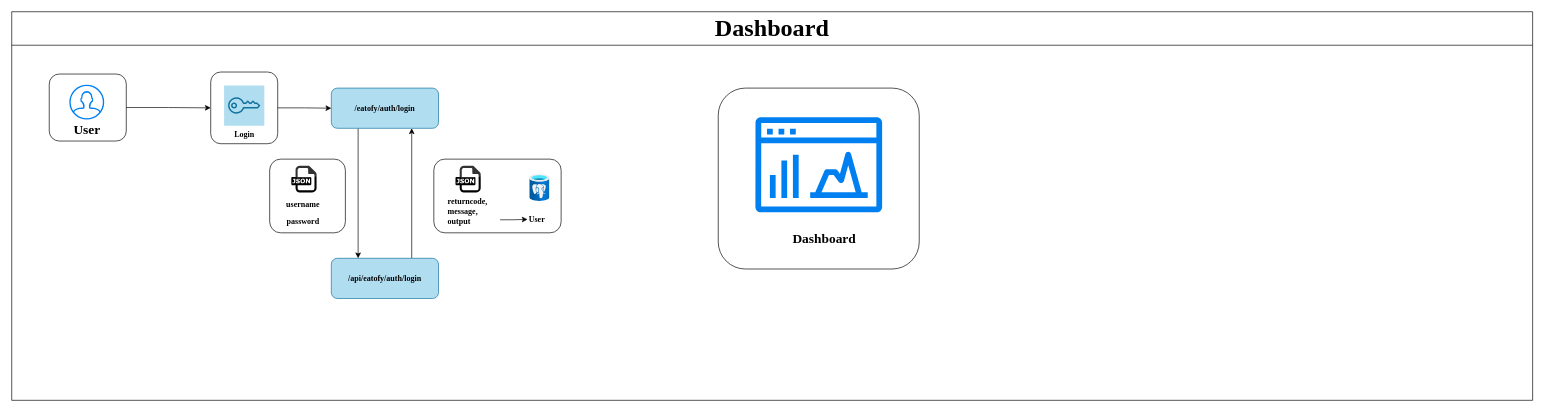
Earlier version of the draw.io diagram Phase-2/Phase2.drawio (Redhood-Schizophrenic/Eatofy-Workflow). Source tidied: cells renumbered, new cells numbered last; positions are measured from the earlier drawing's top-left corner, leaving out a move shared by most shapes. Both pictures are drawn from the tidied source at 67%, with x=0, y=0 at pixel (11, 11).
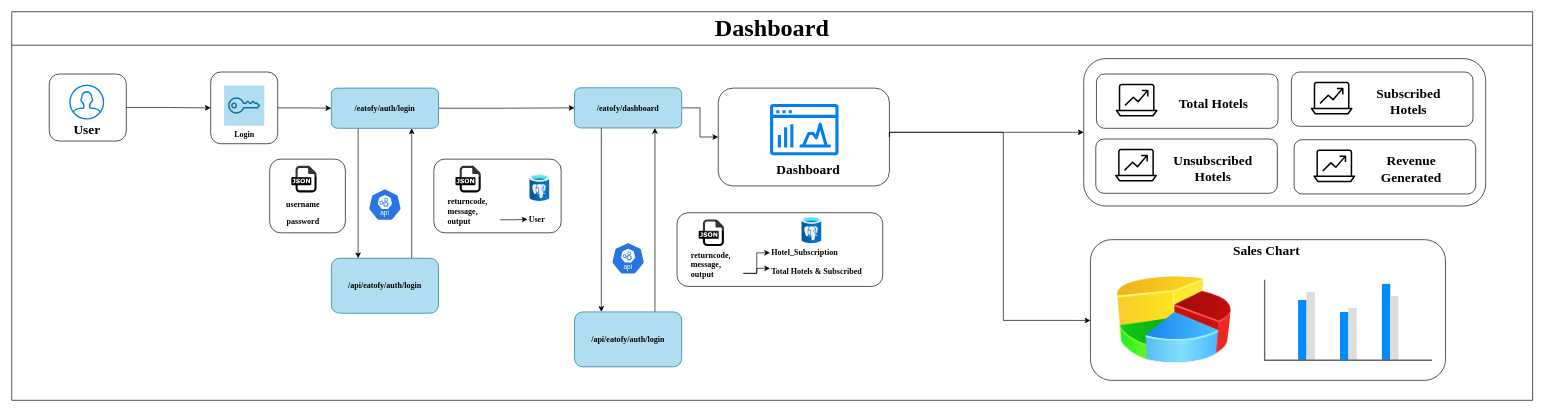
After the change.

Unchanged cells that the change refers to:
```xml
<mxCell id="8" value="&lt;b&gt;/eatofy/auth/login&lt;/b&gt;" style="rounded=1;whiteSpace=wrap;html=1;fillColor=#b1ddf0;strokeColor=#10739e;fontFamily=Garamond;" parent="1" vertex="1">
  <mxGeometry x="477" y="114" width="160" height="60" as="geometry" />
</mxCell>
```

Change to the diagram source:
```diff
@@
+    <mxCell id="30" style="edgeStyle=orthogonalEdgeStyle;rounded=0;jettySize=auto;html=1;exitX=1;exitY=0.5;exitDx=0;exitDy=0;entryX=0;entryY=0.5;entryDx=0;entryDy=0;" parent="1" edge="1" source="28" target="43">
+      <mxGeometry relative="1" as="geometry">
+        <Array as="points">
+          <mxPoint x="1310" y="180" />
+        </Array>
+      </mxGeometry>
+    </mxCell>
+    <mxCell id="28" style="rounded=1;whiteSpace=wrap;html=1;fillColor=none;" parent="1" vertex="1">
+      <mxGeometry x="1054.5" y="114" width="255.5" height="146" as="geometry" />
+    </mxCell>
@@
+    <mxCell id="31" style="edgeStyle=orthogonalEdgeStyle;rounded=0;jettySize=auto;html=1;exitX=1;exitY=0.5;exitDx=0;exitDy=0;entryX=0;entryY=0.5;entryDx=0;entryDy=0;" parent="1" edge="1" source="8" target="34">
+      <mxGeometry relative="1" as="geometry" />
+    </mxCell>
@@
     <mxCell id="15" value="&lt;b&gt;/api/eatofy/auth/login&lt;/b&gt;" style="rounded=1;whiteSpace=wrap;html=1;fillColor=#b1ddf0;strokeColor=#10739e;fontFamily=Garamond;" parent="1" vertex="1">
-      <mxGeometry x="477" y="368" width="160" height="60" as="geometry" />
+      <mxGeometry x="477" y="368" width="160" height="82" as="geometry" />
     </mxCell>
@@
+    <mxCell id="32" style="edgeStyle=orthogonalEdgeStyle;rounded=0;jettySize=auto;html=1;exitX=0.25;exitY=1;exitDx=0;exitDy=0;entryX=0.25;entryY=0;entryDx=0;entryDy=0;" parent="1" edge="1" source="34" target="57">
+      <mxGeometry relative="1" as="geometry" />
+    </mxCell>
+    <mxCell id="33" style="edgeStyle=orthogonalEdgeStyle;rounded=0;jettySize=auto;html=1;exitX=1;exitY=0.5;exitDx=0;exitDy=0;" parent="1" edge="1" source="34" target="28">
+      <mxGeometry relative="1" as="geometry" />
+    </mxCell>
+    <mxCell id="34" value="&lt;b&gt;/eatofy/dashboard&lt;/b&gt;" style="rounded=1;whiteSpace=wrap;html=1;fillColor=#b1ddf0;strokeColor=#10739e;fontFamily=Garamond;" parent="1" vertex="1">
+      <mxGeometry x="840" y="113.5" width="160" height="60" as="geometry" />
+    </mxCell>
+    <mxCell id="35" style="group;" parent="1" vertex="1">
+      <mxGeometry x="1610" y="340" width="530" height="210.2" as="geometry" />
+    </mxCell>
+    <mxCell id="36" style="rounded=1;whiteSpace=wrap;html=1;fillColor=none;" parent="35" vertex="1">
+      <mxGeometry y="0.2" width="530" height="210" as="geometry" />
+    </mxCell>
+    <mxCell id="37" style="image;html=1;image=img/lib/clip_art/finance/Pie_Chart_128x128.png;" parent="35" vertex="1">
+      <mxGeometry x="40" y="48.2" width="170" height="142" as="geometry" />
+    </mxCell>
+    <mxCell id="38" value="&lt;font face=&quot;Garamond&quot; style=&quot;font-size: 20px;&quot;&gt;&lt;b&gt;Sales Chart&lt;/b&gt;&lt;/font&gt;" style="text;html=1;align=center;verticalAlign=middle;whiteSpace=wrap;rounded=0;" parent="35" vertex="1">
+      <mxGeometry x="167.5" width="190" height="30.2" as="geometry" />
+    </mxCell>
+    <mxCell id="39" style="verticalLabelPosition=bottom;shadow=0;dashed=0;align=center;html=1;verticalAlign=top;strokeWidth=1;shape=mxgraph.mockup.graphics.columnChart;strokeColor2=none;strokeColor3=#666666;fillColor2=#008cff;fillColor3=#dddddd;fillColor=none;strokeColor=none;" parent="35" vertex="1">
+      <mxGeometry x="260" y="60.2" width="250" height="120" as="geometry" />
+    </mxCell>
+    <mxCell id="40" style="edgeStyle=orthogonalEdgeStyle;rounded=0;jettySize=auto;html=1;exitX=1;exitY=0.5;exitDx=0;exitDy=0;entryX=0;entryY=0.574;entryDx=0;entryDy=0;entryPerimeter=0;" parent="1" edge="1" source="28" target="36">
+      <mxGeometry relative="1" as="geometry">
+        <Array as="points">
+          <mxPoint x="1310" y="180" />
+          <mxPoint x="1480" y="180" />
+          <mxPoint x="1480" y="461" />
+        </Array>
+      </mxGeometry>
+    </mxCell>
+    <mxCell id="41" style="sketch=0;html=1;dashed=0;whitespace=wrap;verticalLabelPosition=bottom;verticalAlign=top;fillColor=#2875E2;strokeColor=#ffffff;shape=mxgraph.kubernetes.icon2;kubernetesLabel=1;prIcon=api;" parent="1" vertex="1">
+      <mxGeometry x="532" y="264" width="50" height="48" as="geometry" />
+    </mxCell>
     <mxCell id="27" style="sketch=0;fontColor=#232F3E;gradientColor=none;fillColor=#0080F0;strokeColor=none;dashed=0;verticalLabelPosition=bottom;verticalAlign=top;align=center;html=1;fontSize=12;fontStyle=0;shape=mxgraph.aws4.opensearch_dashboards;" parent="1" vertex="1">
-      <mxGeometry x="1110" y="157" width="189.1" height="143" as="geometry" />
+      <mxGeometry x="1131.8" y="137.3" width="102.2" height="77.3" as="geometry" />
     </mxCell>
-    <mxCell id="28" style="rounded=1;whiteSpace=wrap;html=1;fillColor=none;" parent="1" vertex="1">
-      <mxGeometry x="1054.5" y="114" width="300" height="270" as="geometry" />
-    </mxCell>
     <mxCell id="29" value="&lt;font style=&quot;font-size: 20px;&quot; face=&quot;Garamond&quot;&gt;&lt;b&gt;Dashboard&lt;/b&gt;&lt;/font&gt;" style="text;html=1;align=center;verticalAlign=middle;whiteSpace=wrap;rounded=0;" parent="1" vertex="1">
-      <mxGeometry x="1139.5" y="312" width="145.5" height="50" as="geometry" />
+      <mxGeometry x="1126.9" y="221.1" width="123.9" height="27" as="geometry" />
     </mxCell>
+    <mxCell id="42" style="group;" parent="1" vertex="1">
+      <mxGeometry x="1600" y="70" width="600" height="220" as="geometry" />
+    </mxCell>
+    <mxCell id="43" style="rounded=1;whiteSpace=wrap;html=1;fillColor=none;" parent="42" vertex="1">
+      <mxGeometry width="600" height="220" as="geometry" />
+    </mxCell>
+    <mxCell id="44" style="rounded=1;whiteSpace=wrap;html=1;fillColor=none;" parent="42" vertex="1">
+      <mxGeometry x="19" y="23" width="271" height="81" as="geometry" />
+    </mxCell>
+    <mxCell id="45" style="sketch=0;fillColor=none;dashed=0;verticalLabelPosition=bottom;verticalAlign=top;align=center;html=1;fontSize=12;fontStyle=0;shape=mxgraph.aws4.resourceIcon;resIcon=mxgraph.aws4.analytics;" parent="42" vertex="1">
+      <mxGeometry x="40" y="23" width="78" height="78" as="geometry" />
+    </mxCell>
+    <mxCell id="46" value="&lt;font face=&quot;Garamond&quot;&gt;&lt;b style=&quot;font-size: 20px;&quot;&gt;&lt;font style=&quot;font-size: 20px;&quot;&gt;Total Hotels&lt;/font&gt;&lt;br&gt;&lt;/b&gt;&lt;/font&gt;" style="text;html=1;align=center;verticalAlign=middle;whiteSpace=wrap;rounded=0;" parent="42" vertex="1">
+      <mxGeometry x="118" y="47" width="152" height="37" as="geometry" />
+    </mxCell>
+    <mxCell id="47" style="rounded=1;whiteSpace=wrap;html=1;fillColor=none;" parent="42" vertex="1">
+      <mxGeometry x="310" y="20" width="271" height="81" as="geometry" />
+    </mxCell>
+    <mxCell id="48" style="sketch=0;fillColor=none;dashed=0;verticalLabelPosition=bottom;verticalAlign=top;align=center;html=1;fontSize=12;fontStyle=0;shape=mxgraph.aws4.resourceIcon;resIcon=mxgraph.aws4.analytics;" parent="42" vertex="1">
+      <mxGeometry x="331" y="20" width="78" height="78" as="geometry" />
+    </mxCell>
+    <mxCell id="49" value="&lt;font face=&quot;Garamond&quot;&gt;&lt;b style=&quot;font-size: 20px;&quot;&gt;Subscribed &lt;/b&gt;&lt;/font&gt;&lt;font face=&quot;Garamond&quot;&gt;&lt;b style=&quot;font-size: 20px;&quot;&gt;&lt;font style=&quot;font-size: 20px;&quot;&gt;Hotels&lt;/font&gt;&lt;/b&gt;&lt;/font&gt;" style="text;html=1;align=center;verticalAlign=middle;whiteSpace=wrap;rounded=0;" parent="42" vertex="1">
+      <mxGeometry x="409" y="44" width="152" height="37" as="geometry" />
+    </mxCell>
+    <mxCell id="50" style="rounded=1;whiteSpace=wrap;html=1;fillColor=none;" parent="42" vertex="1">
+      <mxGeometry x="18" y="120" width="271" height="81" as="geometry" />
+    </mxCell>
+    <mxCell id="51" style="sketch=0;fillColor=none;dashed=0;verticalLabelPosition=bottom;verticalAlign=top;align=center;html=1;fontSize=12;fontStyle=0;shape=mxgraph.aws4.resourceIcon;resIcon=mxgraph.aws4.analytics;" parent="42" vertex="1">
+      <mxGeometry x="39" y="120" width="78" height="78" as="geometry" />
+    </mxCell>
+    <mxCell id="52" value="&lt;font face=&quot;Garamond&quot;&gt;&lt;b style=&quot;font-size: 20px;&quot;&gt;Unsubscribed &lt;/b&gt;&lt;/font&gt;&lt;font face=&quot;Garamond&quot;&gt;&lt;b style=&quot;font-size: 20px;&quot;&gt;&lt;font style=&quot;font-size: 20px;&quot;&gt;Hotels&lt;/font&gt;&lt;/b&gt;&lt;/font&gt;" style="text;html=1;align=center;verticalAlign=middle;whiteSpace=wrap;rounded=0;" parent="42" vertex="1">
+      <mxGeometry x="117" y="144" width="152" height="37" as="geometry" />
+    </mxCell>
+    <mxCell id="53" style="rounded=1;whiteSpace=wrap;html=1;fillColor=none;" parent="42" vertex="1">
+      <mxGeometry x="314" y="121" width="271" height="81" as="geometry" />
+    </mxCell>
+    <mxCell id="54" style="sketch=0;fillColor=none;dashed=0;verticalLabelPosition=bottom;verticalAlign=top;align=center;html=1;fontSize=12;fontStyle=0;shape=mxgraph.aws4.resourceIcon;resIcon=mxgraph.aws4.analytics;" parent="42" vertex="1">
+      <mxGeometry x="335" y="121" width="78" height="78" as="geometry" />
+    </mxCell>
+    <mxCell id="55" value="&lt;font face=&quot;Garamond&quot;&gt;&lt;b style=&quot;font-size: 20px;&quot;&gt;Revenue Generated&lt;/b&gt;&lt;/font&gt;" style="text;html=1;align=center;verticalAlign=middle;whiteSpace=wrap;rounded=0;" parent="42" vertex="1">
+      <mxGeometry x="413" y="145" width="152" height="37" as="geometry" />
+    </mxCell>
+    <mxCell id="56" style="edgeStyle=orthogonalEdgeStyle;rounded=0;jettySize=auto;html=1;exitX=0.75;exitY=0;exitDx=0;exitDy=0;entryX=0.75;entryY=1;entryDx=0;entryDy=0;" parent="1" edge="1" source="57" target="34">
+      <mxGeometry relative="1" as="geometry" />
+    </mxCell>
+    <mxCell id="57" value="&lt;b&gt;/api/eatofy/auth/login&lt;/b&gt;" style="rounded=1;whiteSpace=wrap;html=1;fillColor=#b1ddf0;strokeColor=#10739e;fontFamily=Garamond;" parent="1" vertex="1">
+      <mxGeometry x="840" y="448" width="160" height="82" as="geometry" />
+    </mxCell>
+    <mxCell id="58" style="rounded=1;whiteSpace=wrap;html=1;fillColor=none;" parent="1" vertex="1">
+      <mxGeometry x="993" y="300" width="307" height="110" as="geometry" />
+    </mxCell>
+    <mxCell id="59" style="dashed=0;html=1;align=center;labelPosition=center;verticalLabelPosition=bottom;verticalAlign=top;shape=mxgraph.webicons.json;gradientColor=none;strokeColor=none;fillColor=none;" parent="1" vertex="1">
+      <mxGeometry x="1017" y="303" width="55" height="53" as="geometry" />
+    </mxCell>
+    <mxCell id="60" style="edgeStyle=orthogonalEdgeStyle;rounded=0;jettySize=auto;html=1;exitX=1;exitY=0.75;exitDx=0;exitDy=0;entryX=0;entryY=0.5;entryDx=0;entryDy=0;" parent="1" edge="1" source="62" target="64">
+      <mxGeometry relative="1" as="geometry" />
+    </mxCell>
+    <mxCell id="61" style="edgeStyle=orthogonalEdgeStyle;rounded=0;jettySize=auto;html=1;exitX=1;exitY=0.75;exitDx=0;exitDy=0;entryX=0;entryY=0.25;entryDx=0;entryDy=0;" parent="1" edge="1" source="62" target="66">
+      <mxGeometry relative="1" as="geometry" />
+    </mxCell>
+    <mxCell id="62" value="&lt;div align=&quot;left&quot;&gt;&lt;font face=&quot;Garamond&quot;&gt;&lt;b&gt;returncode,&lt;/b&gt;&lt;/font&gt;&lt;/div&gt;&lt;div align=&quot;left&quot;&gt;&lt;font face=&quot;Garamond&quot;&gt;&lt;b&gt;message,&lt;/b&gt;&lt;/font&gt;&lt;/div&gt;&lt;div align=&quot;left&quot;&gt;&lt;font face=&quot;Garamond&quot;&gt;&lt;b&gt;output&lt;br&gt;&lt;/b&gt;&lt;/font&gt;&lt;/div&gt;" style="text;html=1;align=left;verticalAlign=middle;whiteSpace=wrap;rounded=0;" parent="1" vertex="1">
+      <mxGeometry x="1012" y="353.2" width="80" height="49.8" as="geometry" />
+    </mxCell>
+    <mxCell id="63" style="image;html=1;align=center;fontSize=12;image=img/lib/azure2/databases/Azure_Database_PostgreSQL_Server.svg;imageBorder=none;" parent="1" vertex="1">
+      <mxGeometry x="1179" y="306" width="30" height="40" as="geometry" />
+    </mxCell>
+    <mxCell id="64" value="&lt;font face=&quot;Garamond&quot;&gt;&lt;b&gt;Hotel_Subscription&lt;/b&gt;&lt;/font&gt;" style="text;html=1;align=left;verticalAlign=middle;whiteSpace=wrap;rounded=0;" parent="1" vertex="1">
+      <mxGeometry x="1131.8" y="350" width="147" height="19.8" as="geometry" />
+    </mxCell>
+    <mxCell id="65" style="sketch=0;html=1;dashed=0;whitespace=wrap;verticalLabelPosition=bottom;verticalAlign=top;fillColor=#2875E2;strokeColor=#ffffff;shape=mxgraph.kubernetes.icon2;kubernetesLabel=1;prIcon=api;" parent="1" vertex="1">
+      <mxGeometry x="895" y="344" width="50" height="48" as="geometry" />
+    </mxCell>
+    <mxCell id="66" value="&lt;font face=&quot;Garamond&quot;&gt;&lt;b&gt;Total Hotels &amp;amp; Subscribed&lt;br&gt;&lt;/b&gt;&lt;/font&gt;" style="text;html=1;align=left;verticalAlign=middle;whiteSpace=wrap;rounded=0;" parent="1" vertex="1">
+      <mxGeometry x="1131.8" y="378" width="148.2" height="19.8" as="geometry" />
+    </mxCell>
```
